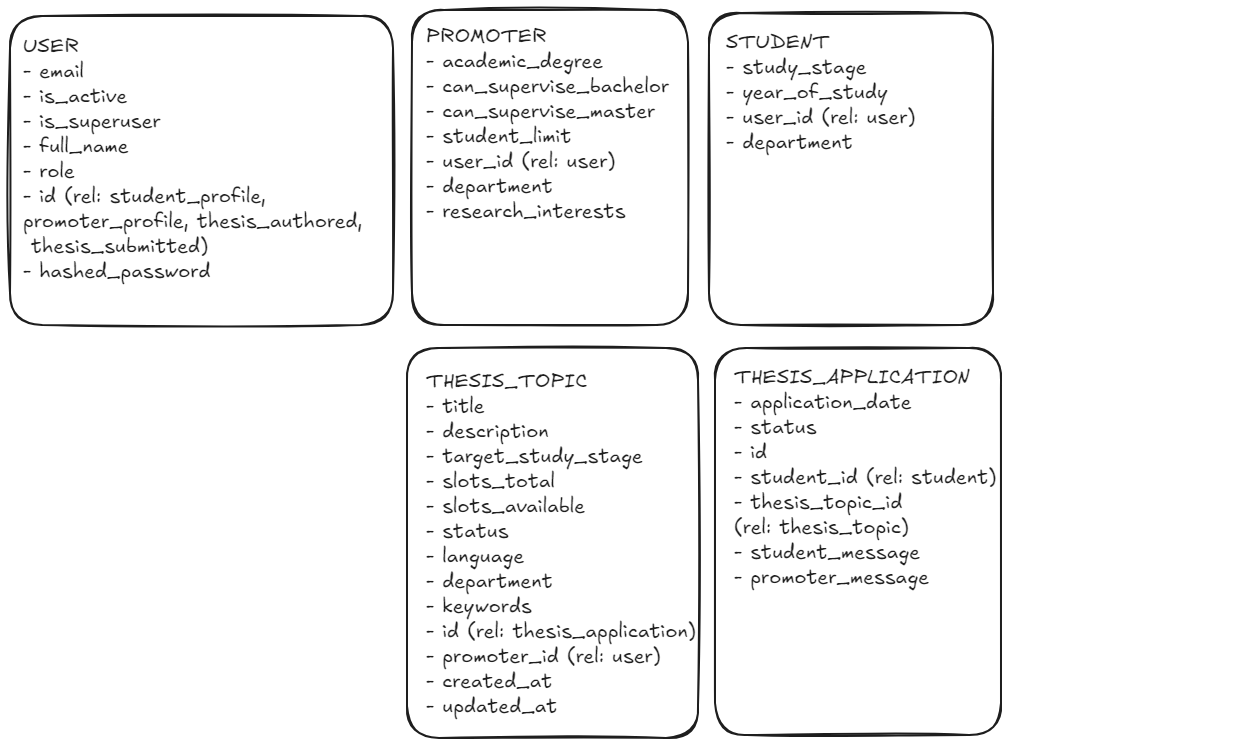
Above: backend/database_drawing.excalidraw.png in rmesek/io-agh-2025 (Excalidraw), before the change. Source tidied: one line per element, renumbered; positions are measured from the earlier drawing's top-left corner, leaving out a move shared by most shapes. Its diagram source:
```json
{"id": 0, "type": "rectangle", "strokeColor": "#1e1e1e", "strokeWidth": 2, "roughness": 1, "round": true, "x": 0, "y": 6, "width": 383, "height": 309}
{"id": 1, "type": "text", "text": "USER\n- email\n- is_active\n- is_superuser\n- full_name\n- role\n- id (rel: student_profile, \npromoter_profile, thesis_authored,\n thesis_submitted)\n- hashed_password", "strokeColor": "#1e1e1e", "strokeWidth": 2, "roughness": 1, "fontSize": 20, "fontFamily": 5, "x": 13, "y": 24, "width": 340, "height": 250}
{"id": 2, "type": "rectangle", "strokeColor": "#1e1e1e", "strokeWidth": 2, "roughness": 1, "round": true, "x": 402, "y": 0, "width": 276, "height": 315}
{"id": 3, "type": "text", "text": "PROMOTER\n- academic_degree\n- can_supervise_bachelor\n- can_supervise_master\n- student_limit\n- user_id (rel: user)\n- department\n- research_interests", "strokeColor": "#1e1e1e", "strokeWidth": 2, "roughness": 1, "fontSize": 20, "fontFamily": 5, "x": 416, "y": 14, "width": 243, "height": 200}
{"id": 4, "type": "rectangle", "strokeColor": "#1e1e1e", "strokeWidth": 2, "roughness": 1, "round": true, "x": 699, "y": 3, "width": 284, "height": 312}
{"id": 5, "type": "text", "text": "STUDENT\n- study_stage\n- year_of_study\n- user_id (rel: user)\n- department", "strokeColor": "#1e1e1e", "strokeWidth": 2, "roughness": 1, "fontSize": 20, "fontFamily": 5, "x": 716, "y": 20, "width": 189, "height": 125}
{"id": 6, "type": "rectangle", "strokeColor": "#1e1e1e", "strokeWidth": 2, "roughness": 1, "round": true, "x": 397, "y": 338, "width": 291, "height": 390}
{"id": 7, "type": "rectangle", "strokeColor": "#1e1e1e", "strokeWidth": 2, "roughness": 1, "round": true, "x": 705, "y": 338, "width": 286, "height": 387}
{"id": 8, "type": "text", "text": "THESIS_TOPIC\n- title\n- description\n- target_study_stage\n- slots_total\n- slots_available\n- status\n- language\n- department\n- keywords\n- id (rel: thesis_application)\n- promoter_id (rel: user)\n- created_at\n- updated_at", "strokeColor": "#1e1e1e", "strokeWidth": 2, "roughness": 1, "fontSize": 20, "fontFamily": 5, "x": 416, "y": 359, "width": 270, "height": 350}
{"id": 9, "type": "text", "text": "THESIS_APPLICATION\n- application_date\n- status\n- id\n- student_id (rel: student)\n- thesis_topic_id \n(rel: thesis_topic)\n- student_message\n- promoter_message", "strokeColor": "#1e1e1e", "strokeWidth": 2, "roughness": 1, "fontSize": 20, "fontFamily": 5, "x": 724, "y": 355, "width": 262, "height": 225}
```
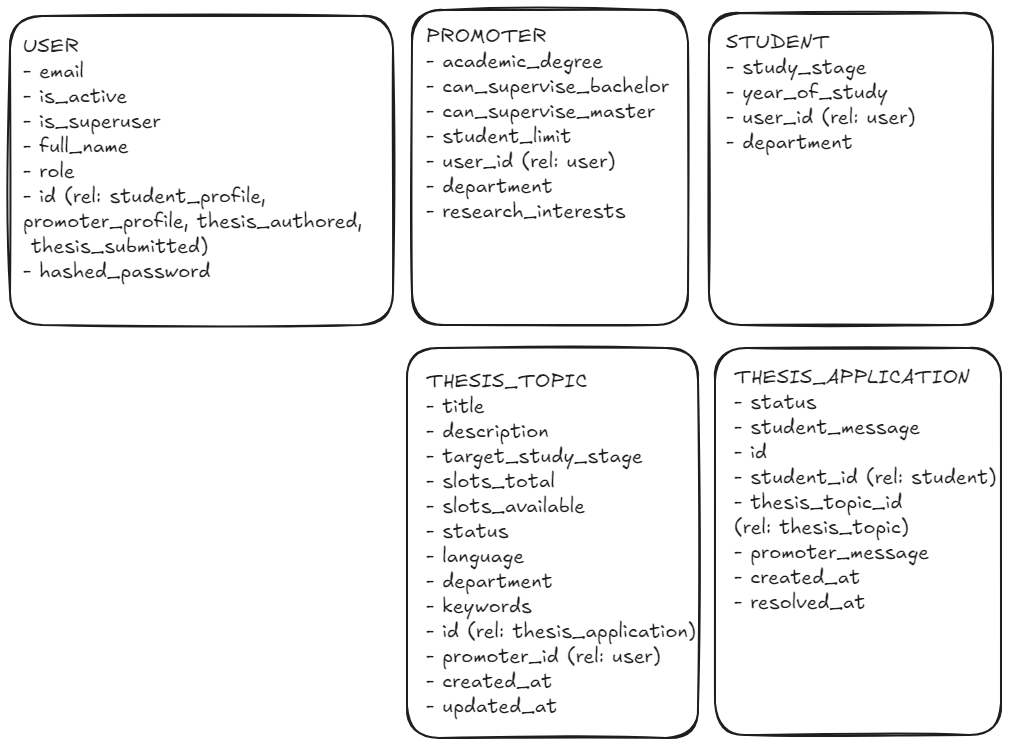
Later version of the same file.

Commit message:
Update ThesisApplication model

What changed in the source:
```diff
@@ -7,4 +7,4 @@
 {"id": 6, "type": "rectangle", "strokeColor": "#1e1e1e", "strokeWidth": 2, "roughness": 1, "round": true, "x": 397, "y": 338, "width": 291, "height": 390}
 {"id": 7, "type": "rectangle", "strokeColor": "#1e1e1e", "strokeWidth": 2, "roughness": 1, "round": true, "x": 705, "y": 338, "width": 286, "height": 387}
 {"id": 8, "type": "text", "text": "THESIS_TOPIC\n- title\n- description\n- target_study_stage\n- slots_total\n- slots_available\n- status\n- language\n- department\n- keywords\n- id (rel: thesis_application)\n- promoter_id (rel: user)\n- created_at\n- updated_at", "strokeColor": "#1e1e1e", "strokeWidth": 2, "roughness": 1, "fontSize": 20, "fontFamily": 5, "x": 416, "y": 359, "width": 270, "height": 350}
-{"id": 9, "type": "text", "text": "THESIS_APPLICATION\n- application_date\n- status\n- id\n- student_id (rel: student)\n- thesis_topic_id \n(rel: thesis_topic)\n- student_message\n- promoter_message", "strokeColor": "#1e1e1e", "strokeWidth": 2, "roughness": 1, "fontSize": 20, "fontFamily": 5, "x": 724, "y": 355, "width": 262, "height": 225}
+{"id": 9, "type": "text", "text": "THESIS_APPLICATION\n- status\n- student_message\n- id\n- student_id (rel: student)\n- thesis_topic_id \n(rel: thesis_topic)\n- promoter_message\n- created_at\n- resolved_at", "strokeColor": "#1e1e1e", "strokeWidth": 2, "roughness": 1, "fontSize": 20, "fontFamily": 5, "x": 724, "y": 355, "width": 262, "height": 250}
```
